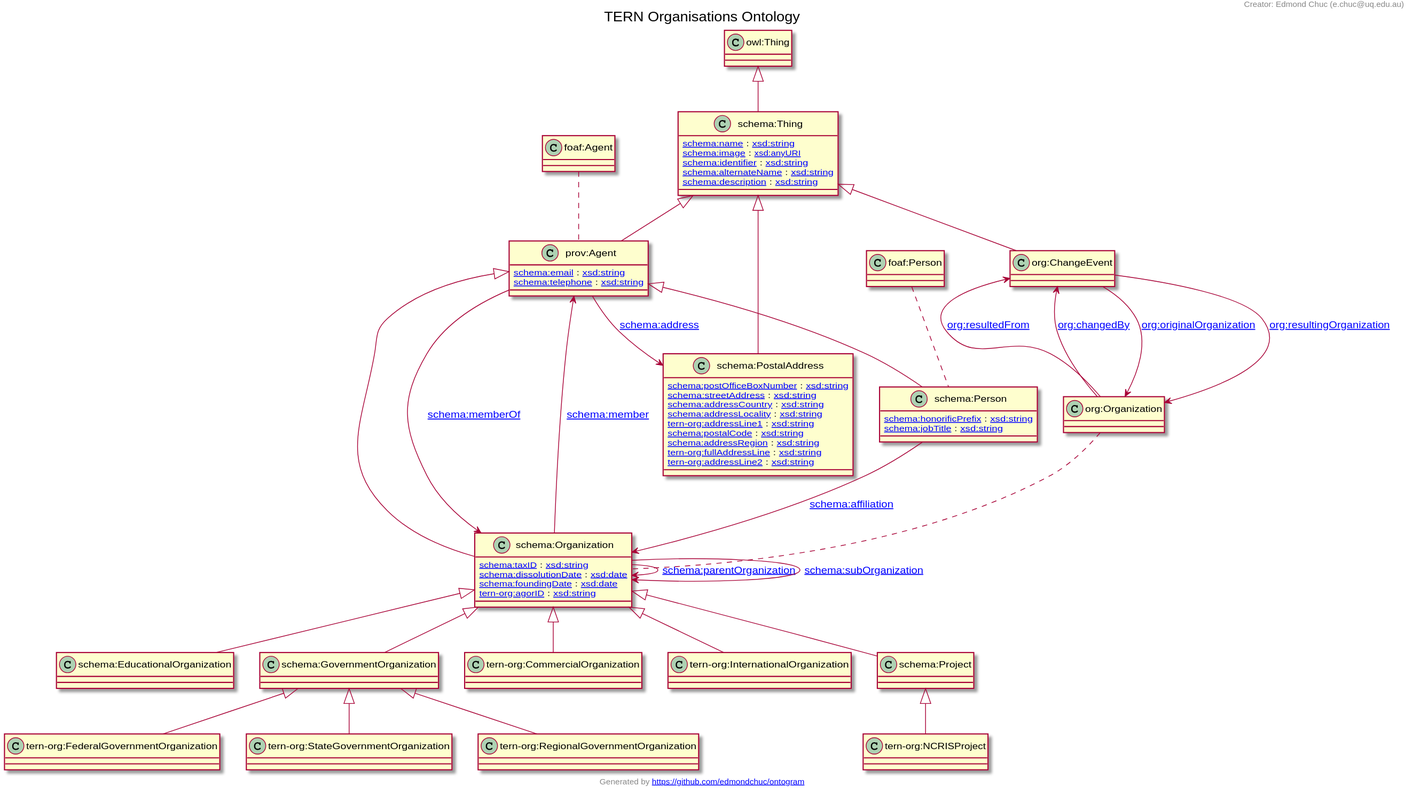
ternaustralia/ontology_tern-org keeps this PlantUML diagram as docs/tern-org.ttl.txt.svg. Above is the earlier version.
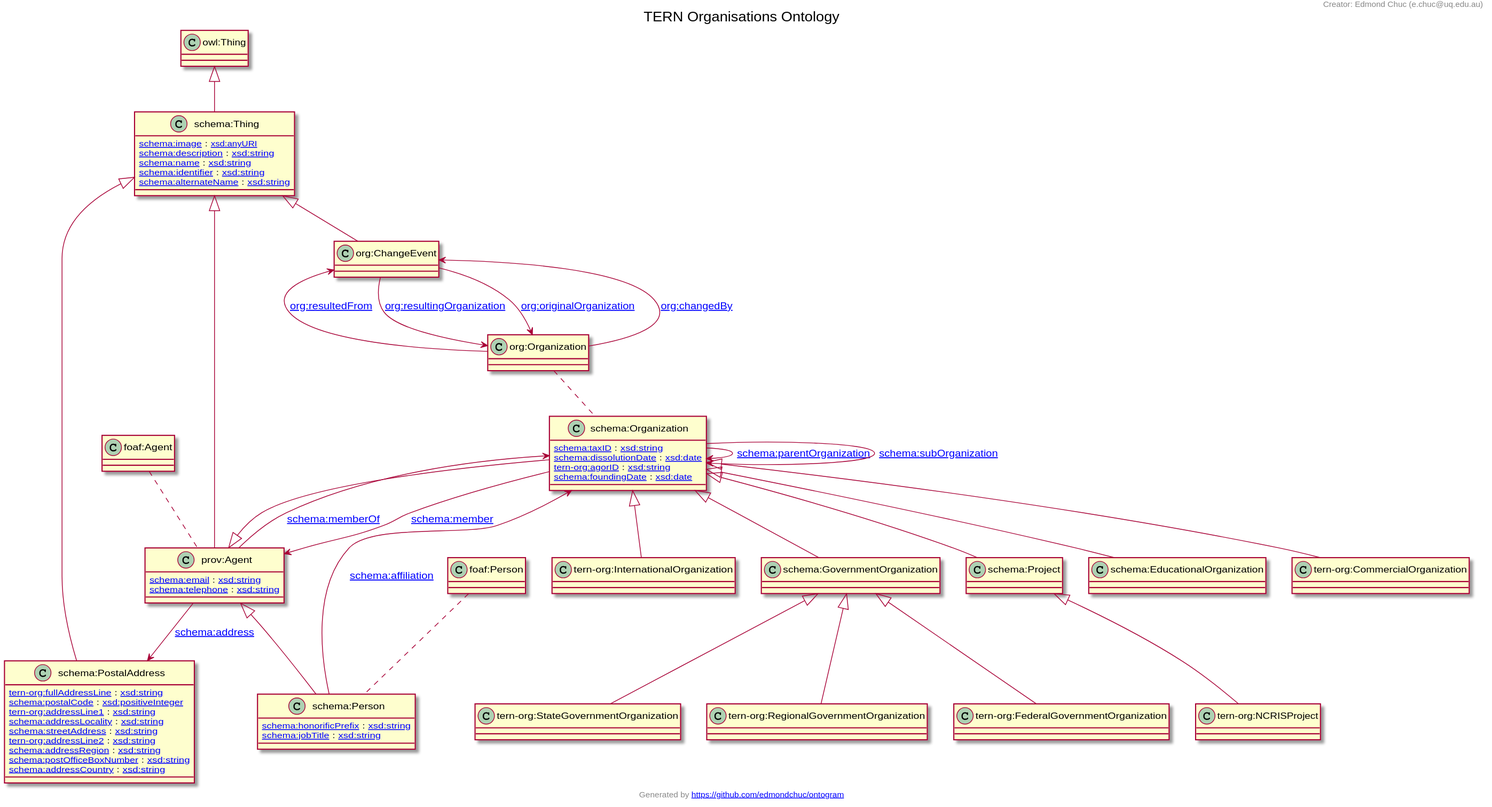
After the change.

Commit message:
Reverted back to using streetAddress and removed the address line 1 and 2

What changed in the source:
```diff
@@ -1,82 +1,82 @@
 @startuml
 title TERN Organisations Ontology
+"schema:Organization" <|-- "tern-org:CommercialOrganization"
+"schema:GovernmentOrganization" <|-- "tern-org:FederalGovernmentOrganization"
+"schema:GovernmentOrganization" <|-- "tern-org:StateGovernmentOrganization"
+"schema:Organization" <|-- "schema:Project"
 "schema:Thing" <|-- "prov:Agent"
-"owl:Thing" <|-- "schema:Thing"
-"schema:Organization" <|-- "schema:EducationalOrganization"
-"schema:GovernmentOrganization" <|-- "tern-org:StateGovernmentOrganization"
-"schema:Organization" <|-- "tern-org:CommercialOrganization"
-"schema:Organization" <|-- "schema:GovernmentOrganization"
 "schema:Organization" <|-- "tern-org:InternationalOrganization"
+"schema:Thing" <|-- "org:ChangeEvent"
 "prov:Agent" <|-- "schema:Organization"
 "schema:Thing" <|-- "schema:PostalAddress"
-"schema:Organization" <|-- "schema:Project"
+"schema:Project" <|-- "tern-org:NCRISProject"
+"schema:Organization" <|-- "schema:EducationalOrganization"
 "schema:GovernmentOrganization" <|-- "tern-org:RegionalGovernmentOrganization"
-"schema:Thing" <|-- "org:ChangeEvent"
-"schema:Project" <|-- "tern-org:NCRISProject"
-"schema:GovernmentOrganization" <|-- "tern-org:FederalGovernmentOrganization"
+"schema:Organization" <|-- "schema:GovernmentOrganization"
+"owl:Thing" <|-- "schema:Thing"
 "prov:Agent" <|-- "schema:Person"
+Class "tern-org:CommercialOrganization" [[https://w3id.org/tern/ontologies/org/CommercialOrganization]] {
+}
+Class "tern-org:FederalGovernmentOrganization" [[https://w3id.org/tern/ontologies/org/FederalGovernmentOrganization]] {
+}
+Class "tern-org:StateGovernmentOrganization" [[https://w3id.org/tern/ontologies/org/StateGovernmentOrganization]] {
+}
+Class "schema:Project" [[http://schema.org/Project]] {
+}
 Class "prov:Agent" [[http://www.w3.org/ns/prov#Agent]] {
 [[http://schema.org/email schema:email]] : [[http://www.w3.org/2001/XMLSchema#string xsd:string]]
 [[http://schema.org/telephone schema:telephone]] : [[http://www.w3.org/2001/XMLSchema#string xsd:string]]
 }
-Class "schema:Thing" [[http://schema.org/Thing]] {
-[[http://schema.org/name schema:name]] : [[http://www.w3.org/2001/XMLSchema#string xsd:string]]
-[[http://schema.org/image schema:image]] : [[http://www.w3.org/2001/XMLSchema#anyURI xsd:anyURI]]
-[[http://schema.org/identifier schema:identifier]] : [[http://www.w3.org/2001/XMLSchema#string xsd:string]]
-[[http://schema.org/alternateName schema:alternateName]] : [[http://www.w3.org/2001/XMLSchema#string xsd:string]]
-[[http://schema.org/description schema:description]] : [[http://www.w3.org/2001/XMLSchema#string xsd:string]]
+Class "tern-org:InternationalOrganization" [[https://w3id.org/tern/ontologies/org/InternationalOrganization]] {
 }
-Class "schema:EducationalOrganization" [[http://schema.org/EducationalOrganization]] {
-}
-Class "tern-org:StateGovernmentOrganization" [[https://w3id.org/tern/ontologies/org/StateGovernmentOrganization]] {
-}
-Class "tern-org:CommercialOrganization" [[https://w3id.org/tern/ontologies/org/CommercialOrganization]] {
-}
-Class "schema:GovernmentOrganization" [[http://schema.org/GovernmentOrganization]] {
-}
-Class "tern-org:InternationalOrganization" [[https://w3id.org/tern/ontologies/org/InternationalOrganization]] {
+Class "org:ChangeEvent" [[http://www.w3.org/ns/org#ChangeEvent]] {
 }
 Class "schema:Organization" [[http://schema.org/Organization]] {
 [[http://schema.org/taxID schema:taxID]] : [[http://www.w3.org/2001/XMLSchema#string xsd:string]]
 [[http://schema.org/dissolutionDate schema:dissolutionDate]] : [[http://www.w3.org/2001/XMLSchema#date xsd:date]]
+[[https://w3id.org/tern/ontologies/org/agorID tern-org:agorID]] : [[http://www.w3.org/2001/XMLSchema#string xsd:string]]
 [[http://schema.org/foundingDate schema:foundingDate]] : [[http://www.w3.org/2001/XMLSchema#date xsd:date]]
-[[https://w3id.org/tern/ontologies/org/agorID tern-org:agorID]] : [[http://www.w3.org/2001/XMLSchema#string xsd:string]]
 }
 Class "schema:PostalAddress" [[http://schema.org/PostalAddress]] {
+[[https://w3id.org/tern/ontologies/org/fullAddressLine tern-org:fullAddressLine]] : [[http://www.w3.org/2001/XMLSchema#string xsd:string]]
+[[http://schema.org/postalCode schema:postalCode]] : [[http://www.w3.org/2001/XMLSchema#positiveInteger xsd:positiveInteger]]
+[[https://w3id.org/tern/ontologies/org/addressLine1 tern-org:addressLine1]] : [[http://www.w3.org/2001/XMLSchema#string xsd:string]]
+[[http://schema.org/addressLocality schema:addressLocality]] : [[http://www.w3.org/2001/XMLSchema#string xsd:string]]
+[[http://schema.org/streetAddress schema:streetAddress]] : [[http://www.w3.org/2001/XMLSchema#string xsd:string]]
+[[https://w3id.org/tern/ontologies/org/addressLine2 tern-org:addressLine2]] : [[http://www.w3.org/2001/XMLSchema#string xsd:string]]
+[[http://schema.org/addressRegion schema:addressRegion]] : [[http://www.w3.org/2001/XMLSchema#string xsd:string]]
 [[http://schema.org/postOfficeBoxNumber schema:postOfficeBoxNumber]] : [[http://www.w3.org/2001/XMLSchema#string xsd:string]]
-[[http://schema.org/streetAddress schema:streetAddress]] : [[http://www.w3.org/2001/XMLSchema#string xsd:string]]
 [[http://schema.org/addressCountry schema:addressCountry]] : [[http://www.w3.org/2001/XMLSchema#string xsd:string]]
-[[http://schema.org/addressLocality schema:addressLocality]] : [[http://www.w3.org/2001/XMLSchema#string xsd:string]]
-[[https://w3id.org/tern/ontologies/org/addressLine1 tern-org:addressLine1]] : [[http://www.w3.org/2001/XMLSchema#string xsd:string]]
-[[http://schema.org/postalCode schema:postalCode]] : [[http://www.w3.org/2001/XMLSchema#string xsd:string]]
-[[http://schema.org/addressRegion schema:addressRegion]] : [[http://www.w3.org/2001/XMLSchema#string xsd:string]]
-[[https://w3id.org/tern/ontologies/org/fullAddressLine tern-org:fullAddressLine]] : [[http://www.w3.org/2001/XMLSchema#string xsd:string]]
-[[https://w3id.org/tern/ontologies/org/addressLine2 tern-org:addressLine2]] : [[http://www.w3.org/2001/XMLSchema#string xsd:string]]
 }
-Class "schema:Project" [[http://schema.org/Project]] {
+Class "tern-org:NCRISProject" [[https://w3id.org/tern/ontologies/org/NCRISProject]] {
+}
+Class "schema:EducationalOrganization" [[http://schema.org/EducationalOrganization]] {
 }
 Class "tern-org:RegionalGovernmentOrganization" [[https://w3id.org/tern/ontologies/org/RegionalGovernmentOrganization]] {
 }
-Class "org:ChangeEvent" [[http://www.w3.org/ns/org#ChangeEvent]] {
+Class "schema:GovernmentOrganization" [[http://schema.org/GovernmentOrganization]] {
 }
-Class "tern-org:NCRISProject" [[https://w3id.org/tern/ontologies/org/NCRISProject]] {
-}
-Class "tern-org:FederalGovernmentOrganization" [[https://w3id.org/tern/ontologies/org/FederalGovernmentOrganization]] {
+Class "schema:Thing" [[http://schema.org/Thing]] {
+[[http://schema.org/image schema:image]] : [[http://www.w3.org/2001/XMLSchema#anyURI xsd:anyURI]]
+[[http://schema.org/description schema:description]] : [[http://www.w3.org/2001/XMLSchema#string xsd:string]]
+[[http://schema.org/name schema:name]] : [[http://www.w3.org/2001/XMLSchema#string xsd:string]]
+[[http://schema.org/identifier schema:identifier]] : [[http://www.w3.org/2001/XMLSchema#string xsd:string]]
+[[http://schema.org/alternateName schema:alternateName]] : [[http://www.w3.org/2001/XMLSchema#string xsd:string]]
 }
 Class "schema:Person" [[http://schema.org/Person]] {
 [[http://schema.org/honorificPrefix schema:honorificPrefix]] : [[http://www.w3.org/2001/XMLSchema#string xsd:string]]
 [[http://schema.org/jobTitle schema:jobTitle]] : [[http://www.w3.org/2001/XMLSchema#string xsd:string]]
 }
+"prov:Agent" --> "schema:Organization" : "[[http://schema.org/memberOf schema:memberOf]]"
+"org:ChangeEvent" --> "org:Organization" : "[[http://www.w3.org/ns/org#resultingOrganization org:resultingOrganization]]"
+"org:Organization" --> "org:ChangeEvent" : "[[http://www.w3.org/ns/org#changedBy org:changedBy]]"
+"org:Organization" --> "org:ChangeEvent" : "[[http://www.w3.org/ns/org#resultedFrom org:resultedFrom]]"
+"schema:Person" --> "schema:Organization" : "[[http://schema.org/affiliation schema:affiliation]]"
+"prov:Agent" --> "schema:PostalAddress" : "[[http://schema.org/address schema:address]]"
 "schema:Organization" --> "schema:Organization" : "[[http://schema.org/parentOrganization schema:parentOrganization]]"
-"prov:Agent" --> "schema:Organization" : "[[http://schema.org/memberOf schema:memberOf]]"
+"schema:Organization" --> "prov:Agent" : "[[http://schema.org/member schema:member]]"
+"schema:Organization" --> "schema:Organization" : "[[http://schema.org/subOrganization schema:subOrganization]]"
 "org:ChangeEvent" --> "org:Organization" : "[[http://www.w3.org/ns/org#originalOrganization org:originalOrganization]]"
-"org:Organization" --> "org:ChangeEvent" : "[[http://www.w3.org/ns/org#resultedFrom org:resultedFrom]]"
-"schema:Organization" --> "prov:Agent" : "[[http://schema.org/member schema:member]]"
-"schema:Person" --> "schema:Organization" : "[[http://schema.org/affiliation schema:affiliation]]"
-"org:Organization" --> "org:ChangeEvent" : "[[http://www.w3.org/ns/org#changedBy org:changedBy]]"
-"prov:Agent" --> "schema:PostalAddress" : "[[http://schema.org/address schema:address]]"
-"schema:Organization" --> "schema:Organization" : "[[http://schema.org/subOrganization schema:subOrganization]]"
-"org:ChangeEvent" --> "org:Organization" : "[[http://www.w3.org/ns/org#resultingOrganization org:resultingOrganization]]"
 "foaf:Agent" .. "prov:Agent"
 "org:Organization" .. "schema:Organization"
 "foaf:Person" .. "schema:Person"
```
